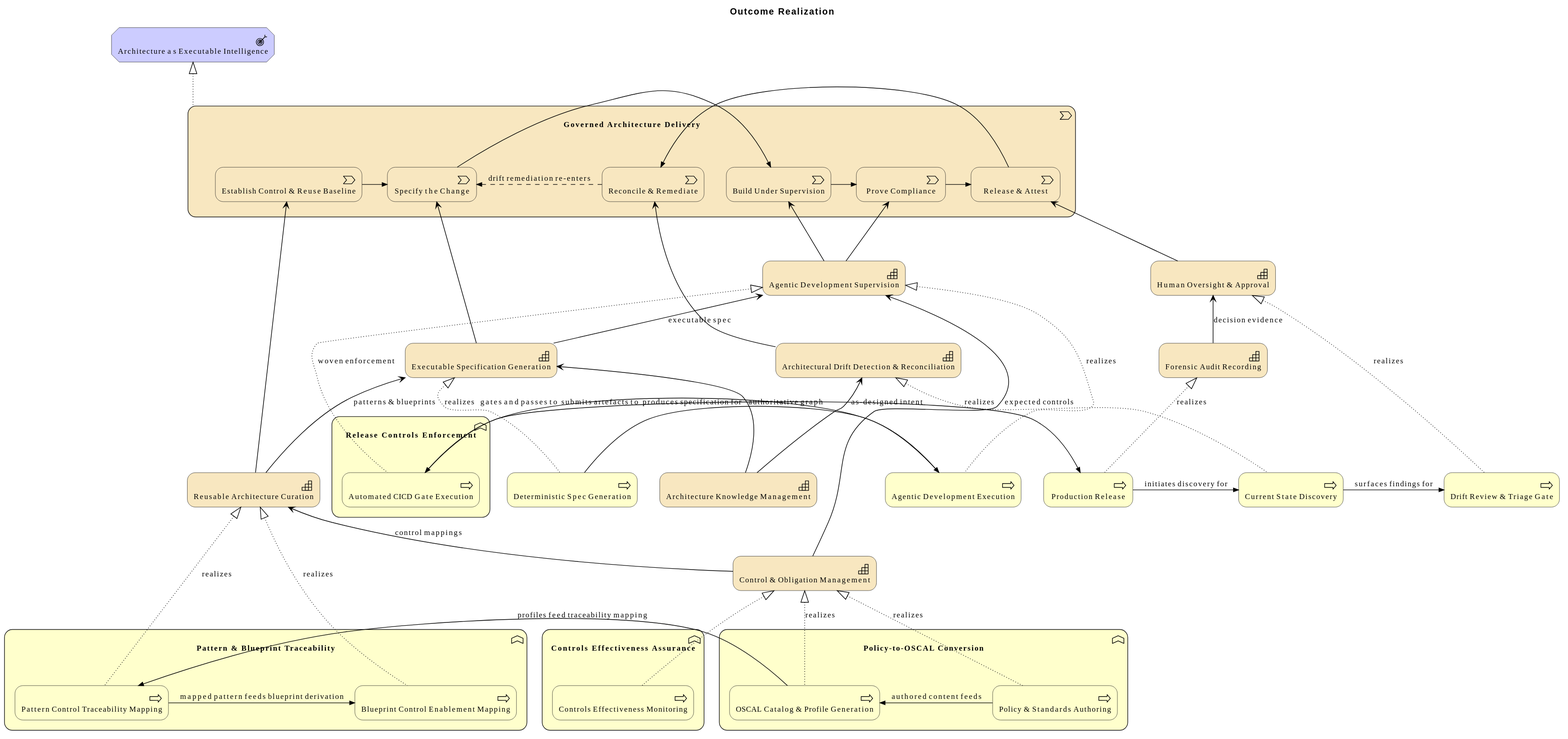
This is architecture/model/diagrams/vision/outcome-realization.svg from wolffy-au/frictionless-architect, a PlantUML export, as it was before one commit.
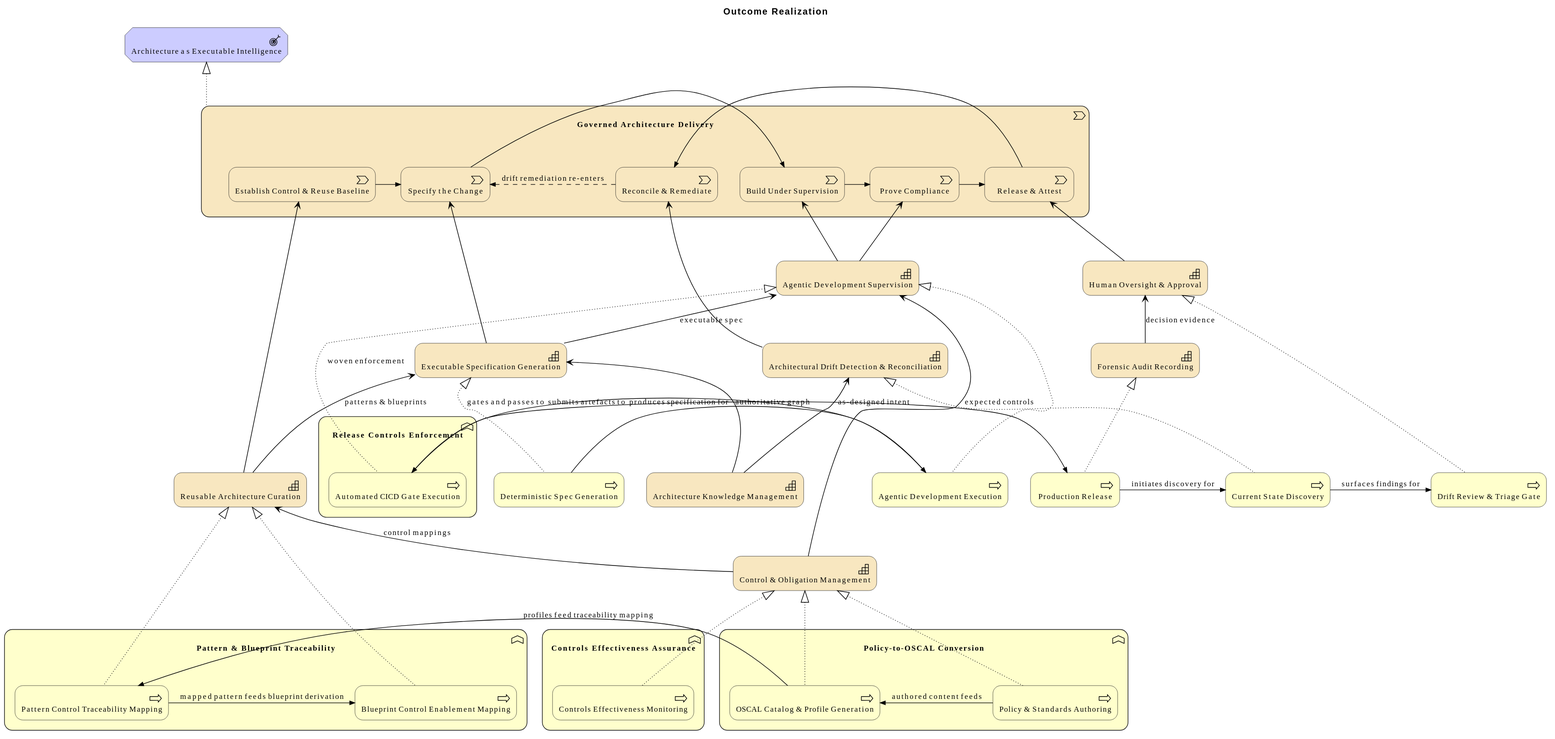
After the commit.

Commit message:
refactor(model): drop redundant realization labels; clarify capability nesting

Change to the diagram source:
```diff
@@ -60,16 +60,16 @@
 Rel_Serving_Up(e_id72468b5b403450, e_id4a1c34ab69d151, "expected controls")
 Rel_Serving_Up(e_idafba1b4ab1e756, e_id4a1c34ab69d151, "executable spec")
 Rel_Serving_Up(e_idc29413a2099958, e_id08f340a094e552, "decision evidence")
-Rel_Realization_Up(e_id65467a0befb959, e_idafba1b4ab1e756, "realizes")
+Rel_Realization_Up(e_id65467a0befb959, e_idafba1b4ab1e756, "")
 Rel_Realization_Up(e_id799f46ebb7e15b, e_id4a1c34ab69d151, "woven enforcement")
-Rel_Realization_Up(e_id3a7a27eefeb751, e_id41aa3eb894c852, "realizes")
-Rel_Realization_Up(e_id14fa9f783d5350, e_id72468b5b403450, "realizes")
-Rel_Realization_Up(e_idfeca8b2013795e, e_id72468b5b403450, "realizes")
-Rel_Realization_Up(e_id0ee6a752deff52, e_id4a1c34ab69d151, "realizes")
-Rel_Realization_Up(e_id9459a13c29ec5d, e_idc29413a2099958, "realizes")
-Rel_Realization_Up(e_id33612ed603b85e, e_id08f340a094e552, "realizes")
-Rel_Realization_Up(e_id65065ee24d3c54, e_id752d1de3794f5f, "realizes")
-Rel_Realization_Up(e_id378927722a8d5a, e_id752d1de3794f5f, "realizes")
+Rel_Realization_Up(e_id3a7a27eefeb751, e_id41aa3eb894c852, "")
+Rel_Realization_Up(e_id14fa9f783d5350, e_id72468b5b403450, "")
+Rel_Realization_Up(e_idfeca8b2013795e, e_id72468b5b403450, "")
+Rel_Realization_Up(e_id0ee6a752deff52, e_id4a1c34ab69d151, "")
+Rel_Realization_Up(e_id9459a13c29ec5d, e_idc29413a2099958, "")
+Rel_Realization_Up(e_id33612ed603b85e, e_id08f340a094e552, "")
+Rel_Realization_Up(e_id65065ee24d3c54, e_id752d1de3794f5f, "")
+Rel_Realization_Up(e_id378927722a8d5a, e_id752d1de3794f5f, "")
 Rel_Triggering_Right(e_id65467a0befb959, e_id0ee6a752deff52, "produces specification for")
 Rel_Triggering_Right(e_id0ee6a752deff52, e_id799f46ebb7e15b, "submits artefacts to")
 Rel_Triggering_Right(e_id799f46ebb7e15b, e_id9459a13c29ec5d, "gates and passes to")
```
